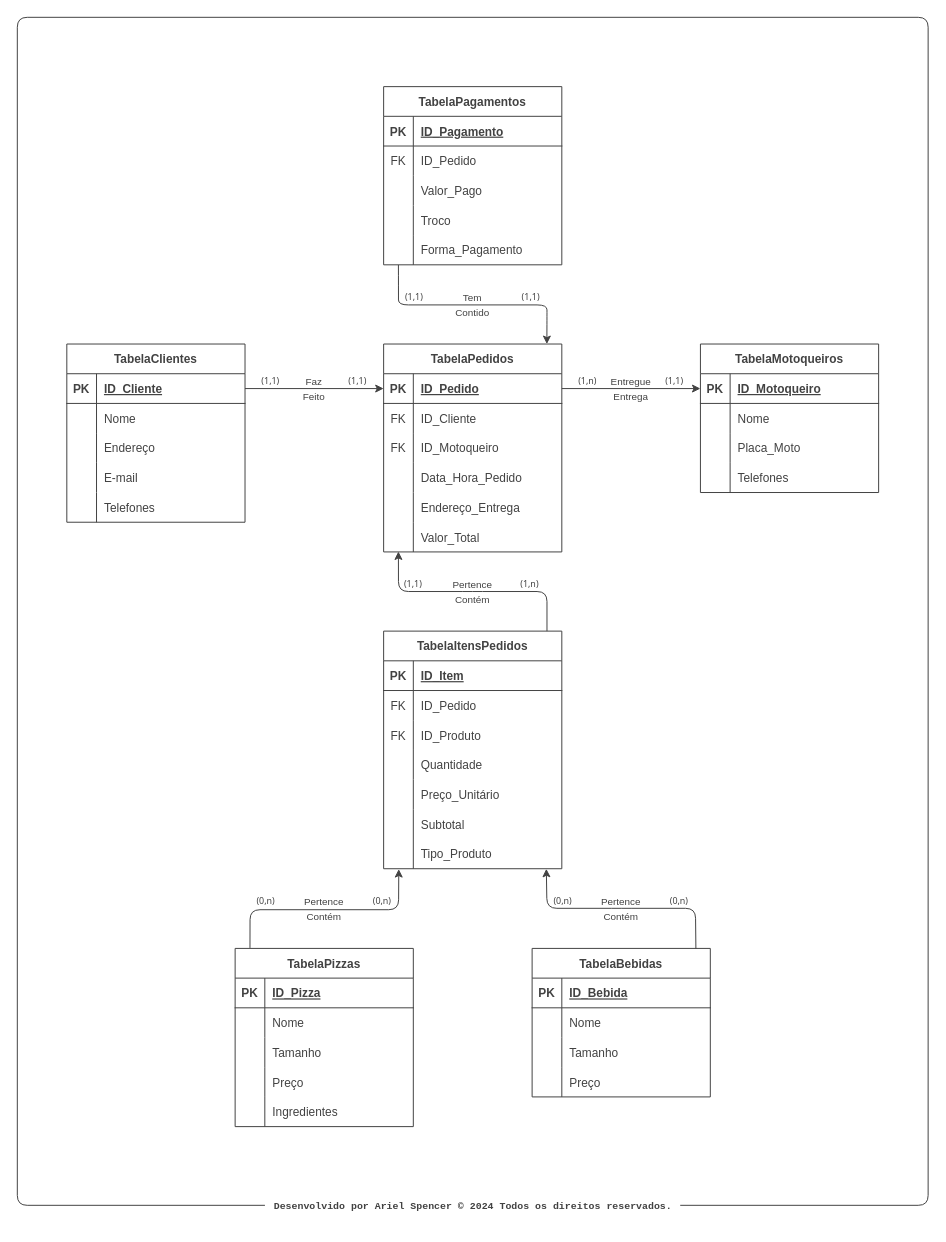
Above: modelo-logico-delivery-pizzaria.drawio in ArielSpencer/modelagem-delivery-pizzaria (draw.io), before the change. Source tidied: cells renumbered, new cells numbered last; positions are measured from the earlier drawing's top-left corner, leaving out a move shared by most shapes. Both pictures are drawn from the tidied source at 99%, with x=0, y=0 at pixel (17, 17).
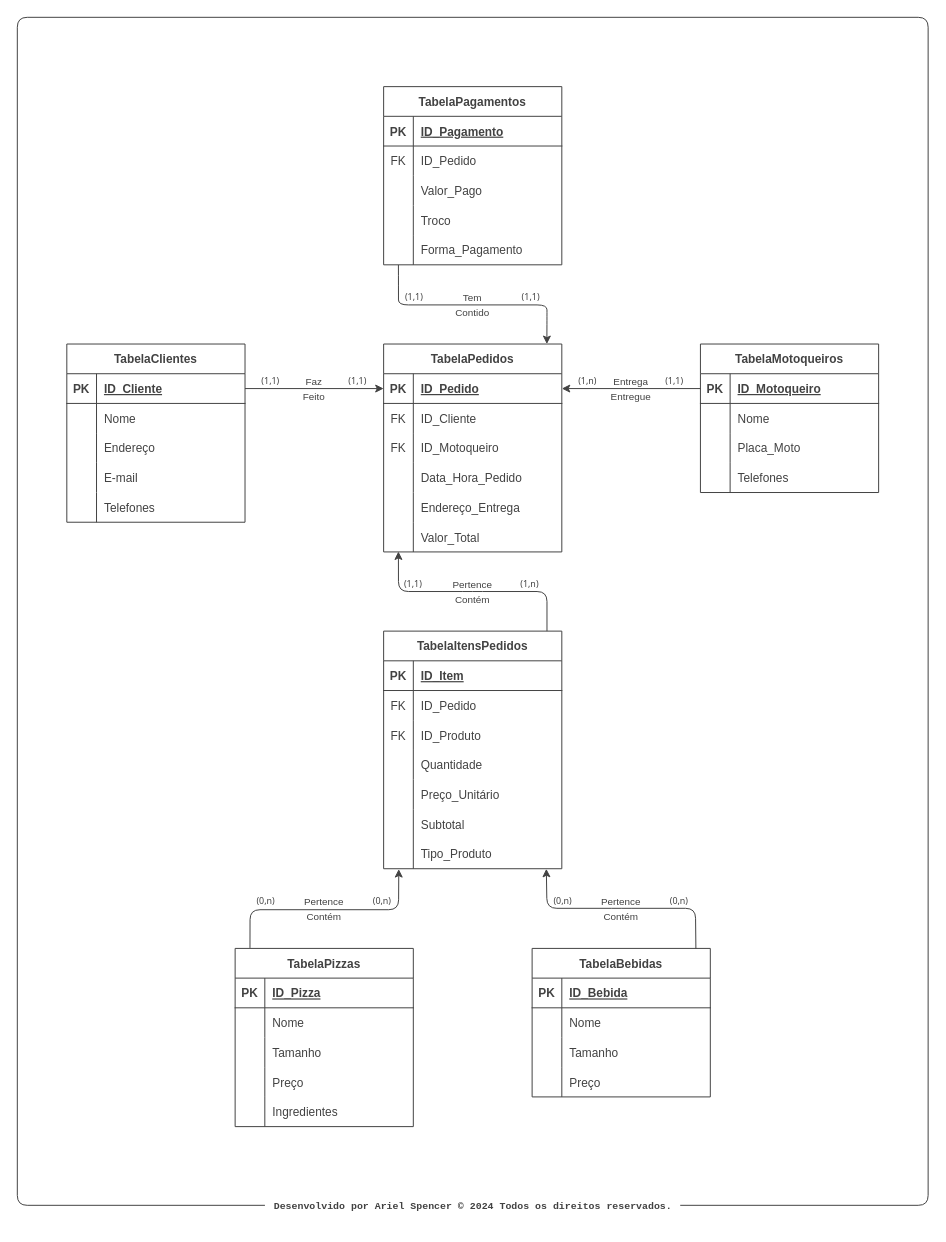
Above is the later version.

Commit message (it also covers changes not shown here):
fix(db): correct relationship between TabelaPedidos and TabelaMotoqueiros

The change refers to these unchanged cells:
```xml
<mxCell id="3" style="shape=tableRow;horizontal=0;startSize=0;swimlaneHead=0;swimlaneBody=0;fillColor=none;points=[[0,0.5],[1,0.5]];portConstraint=eastwest;top=0;left=0;right=0;bottom=1;strokeColor=#424242;" parent="2" vertex="1">
  <mxGeometry y="30" width="180" height="30" as="geometry" />
</mxCell>
<mxCell id="38" style="shape=tableRow;horizontal=0;startSize=0;swimlaneHead=0;swimlaneBody=0;fillColor=none;points=[[0,0.5],[1,0.5]];portConstraint=eastwest;top=0;left=0;right=0;bottom=1;strokeColor=#424242;" parent="37" vertex="1">
  <mxGeometry y="30" width="180" height="30" as="geometry" />
</mxCell>
```

Change to the diagram source:
```diff
@@
-    <mxCell id="117" style="edgeStyle=none;html=1;entryX=0;entryY=0.5;entryDx=0;entryDy=0;strokeColor=#424242;exitX=1;exitY=0.5;exitDx=0;exitDy=0;" parent="1" edge="1" source="3" target="38">
+    <mxCell id="117" style="edgeStyle=none;html=1;entryX=0;entryY=0.5;entryDx=0;entryDy=0;strokeColor=#424242;exitX=1;exitY=0.5;exitDx=0;exitDy=0;startArrow=classic;startFill=1;endArrow=none;endFill=0;" parent="1" edge="1" source="3" target="38">
       <mxGeometry relative="1" as="geometry" />
     </mxCell>
-    <mxCell id="118" value="Entregue" style="text;html=1;strokeColor=none;fillColor=none;align=center;verticalAlign=middle;whiteSpace=wrap;rounded=0;fontColor=#424242;fontSize=10;" parent="1" vertex="1">
+    <mxCell id="118" value="Entrega" style="text;html=1;strokeColor=none;fillColor=none;align=center;verticalAlign=middle;whiteSpace=wrap;rounded=0;fontColor=#424242;fontSize=10;" parent="1" vertex="1">
       <mxGeometry x="560" y="360" width="120" height="15" as="geometry" />
     </mxCell>
-    <mxCell id="119" value="Entrega" style="text;html=1;strokeColor=none;fillColor=none;align=center;verticalAlign=middle;whiteSpace=wrap;rounded=0;fontColor=#424242;fontSize=10;" parent="1" vertex="1">
+    <mxCell id="119" value="Entregue" style="text;html=1;strokeColor=none;fillColor=none;align=center;verticalAlign=middle;whiteSpace=wrap;rounded=0;fontColor=#424242;fontSize=10;" parent="1" vertex="1">
       <mxGeometry x="560" y="375" width="120" height="15" as="geometry" />
     </mxCell>
```
